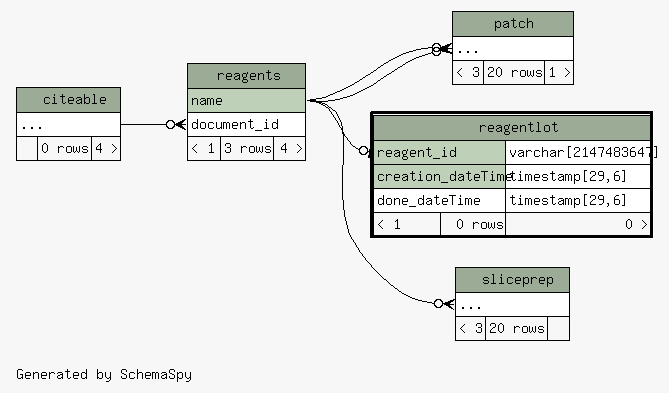
Earlier version of the Graphviz export database/ss/diagrams/reagentlot.2degrees.png (tgbugs/mlab). Its source is kept beside it as database/ss/diagrams/reagentlot.2degrees.dot.
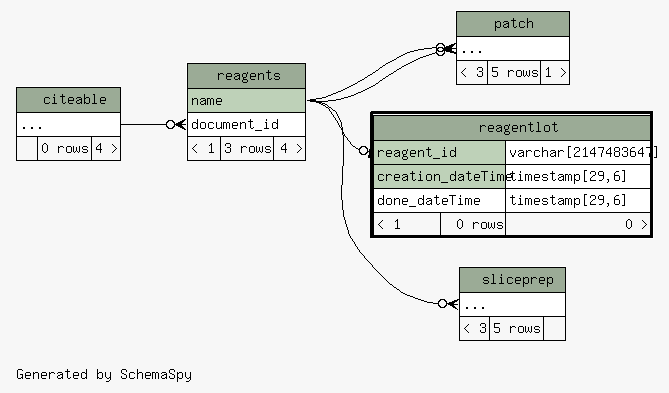
Later version of the same file.

The edit, as a diff of the source:
```diff
@@ -37,7 +37,7 @@
     <TABLE BORDER="0" CELLBORDER="1" CELLSPACING="0" BGCOLOR="#ffffff">
       <TR><TD COLSPAN="3" BGCOLOR="#9bab96" ALIGN="CENTER">patch</TD></TR>
       <TR><TD PORT="elipses" COLSPAN="3" ALIGN="LEFT">...</TD></TR>
-      <TR><TD ALIGN="LEFT" BGCOLOR="#f7f7f7">&lt; 3</TD><TD ALIGN="RIGHT" BGCOLOR="#f7f7f7">20 rows</TD><TD ALIGN="RIGHT" BGCOLOR="#f7f7f7">1 &gt;</TD></TR>
+      <TR><TD ALIGN="LEFT" BGCOLOR="#f7f7f7">&lt; 3</TD><TD ALIGN="RIGHT" BGCOLOR="#f7f7f7">5 rows</TD><TD ALIGN="RIGHT" BGCOLOR="#f7f7f7">1 &gt;</TD></TR>
     </TABLE>>
     URL="patch.html"
     tooltip="patch"
@@ -70,7 +70,7 @@
     <TABLE BORDER="0" CELLBORDER="1" CELLSPACING="0" BGCOLOR="#ffffff">
       <TR><TD COLSPAN="3" BGCOLOR="#9bab96" ALIGN="CENTER">sliceprep</TD></TR>
       <TR><TD PORT="elipses" COLSPAN="3" ALIGN="LEFT">...</TD></TR>
-      <TR><TD ALIGN="LEFT" BGCOLOR="#f7f7f7">&lt; 3</TD><TD ALIGN="RIGHT" BGCOLOR="#f7f7f7">20 rows</TD><TD ALIGN="RIGHT" BGCOLOR="#f7f7f7">  </TD></TR>
+      <TR><TD ALIGN="LEFT" BGCOLOR="#f7f7f7">&lt; 3</TD><TD ALIGN="RIGHT" BGCOLOR="#f7f7f7">5 rows</TD><TD ALIGN="RIGHT" BGCOLOR="#f7f7f7">  </TD></TR>
     </TABLE>>
     URL="sliceprep.html"
     tooltip="sliceprep"
```
